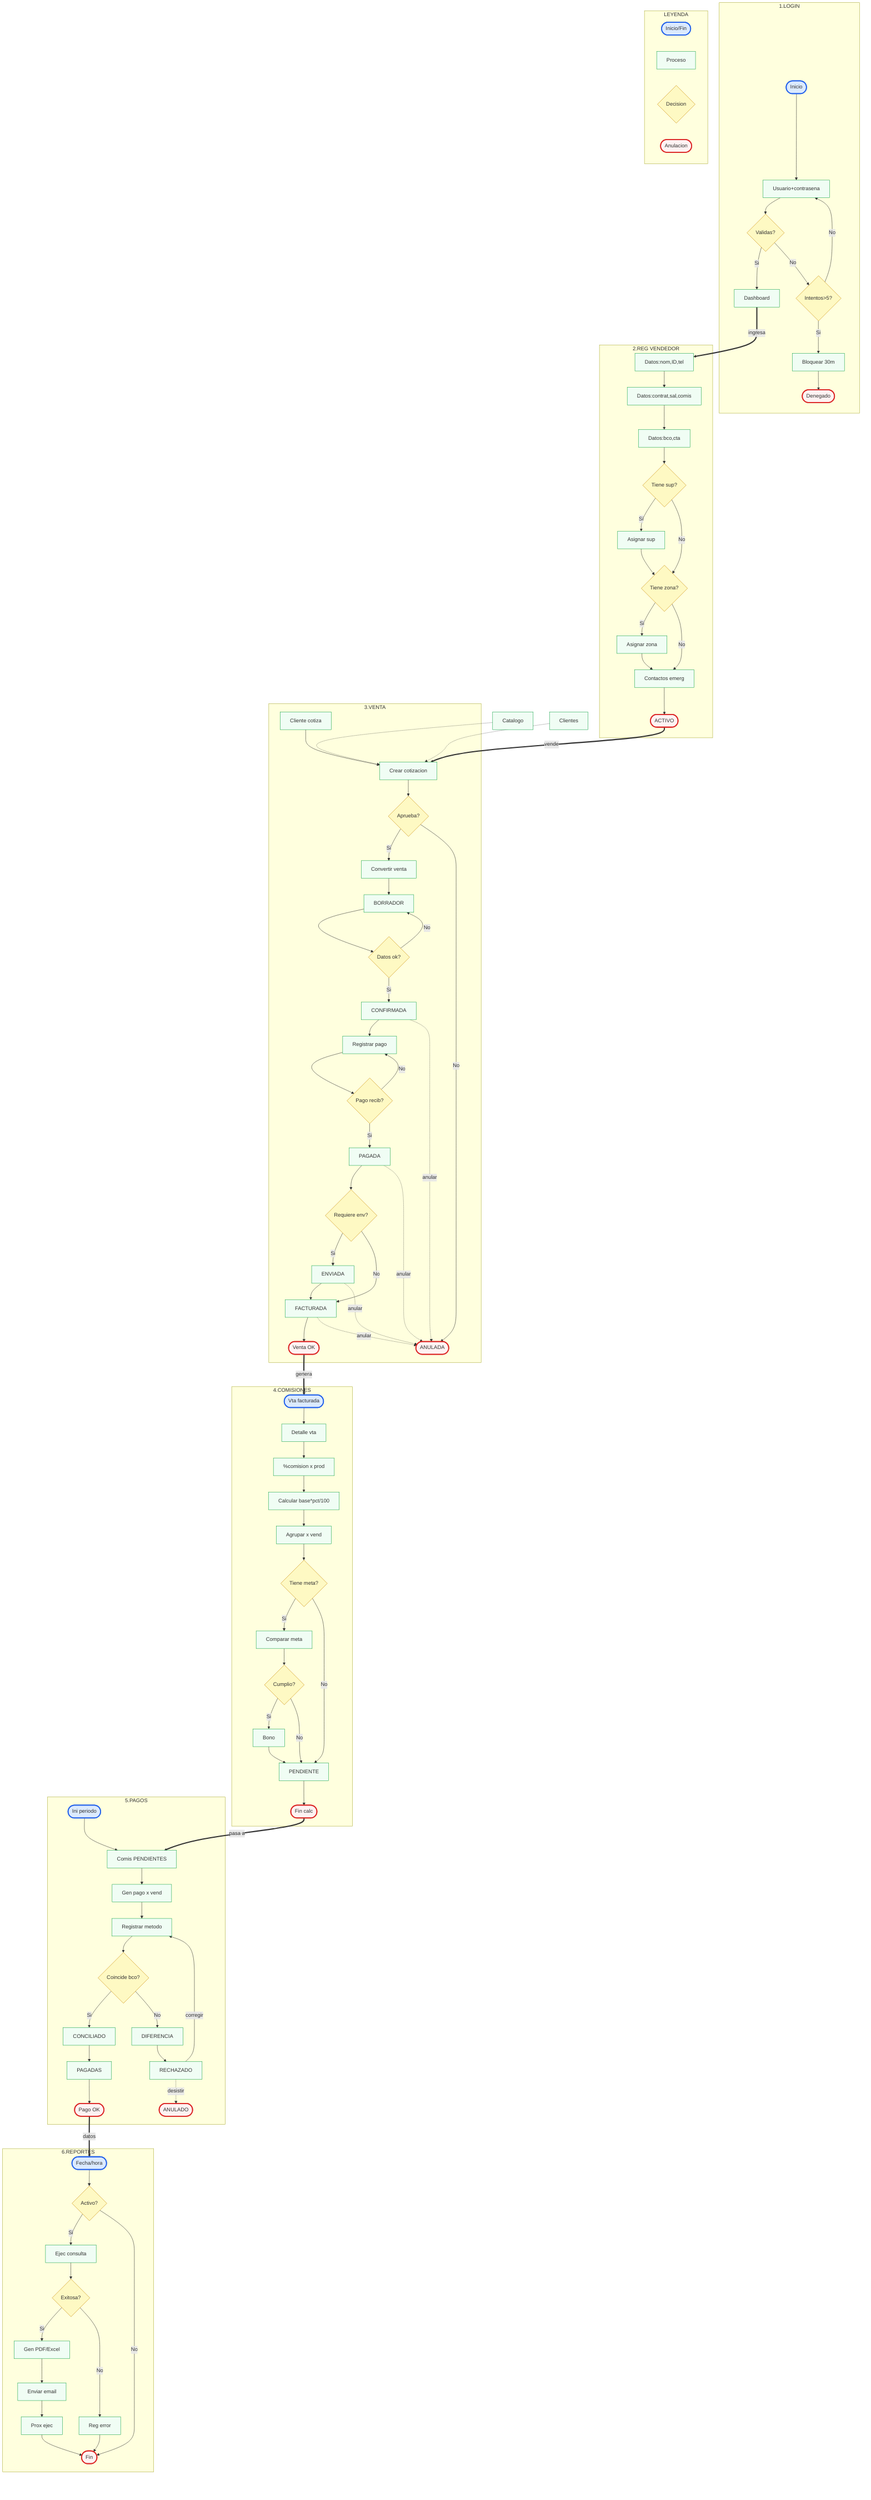
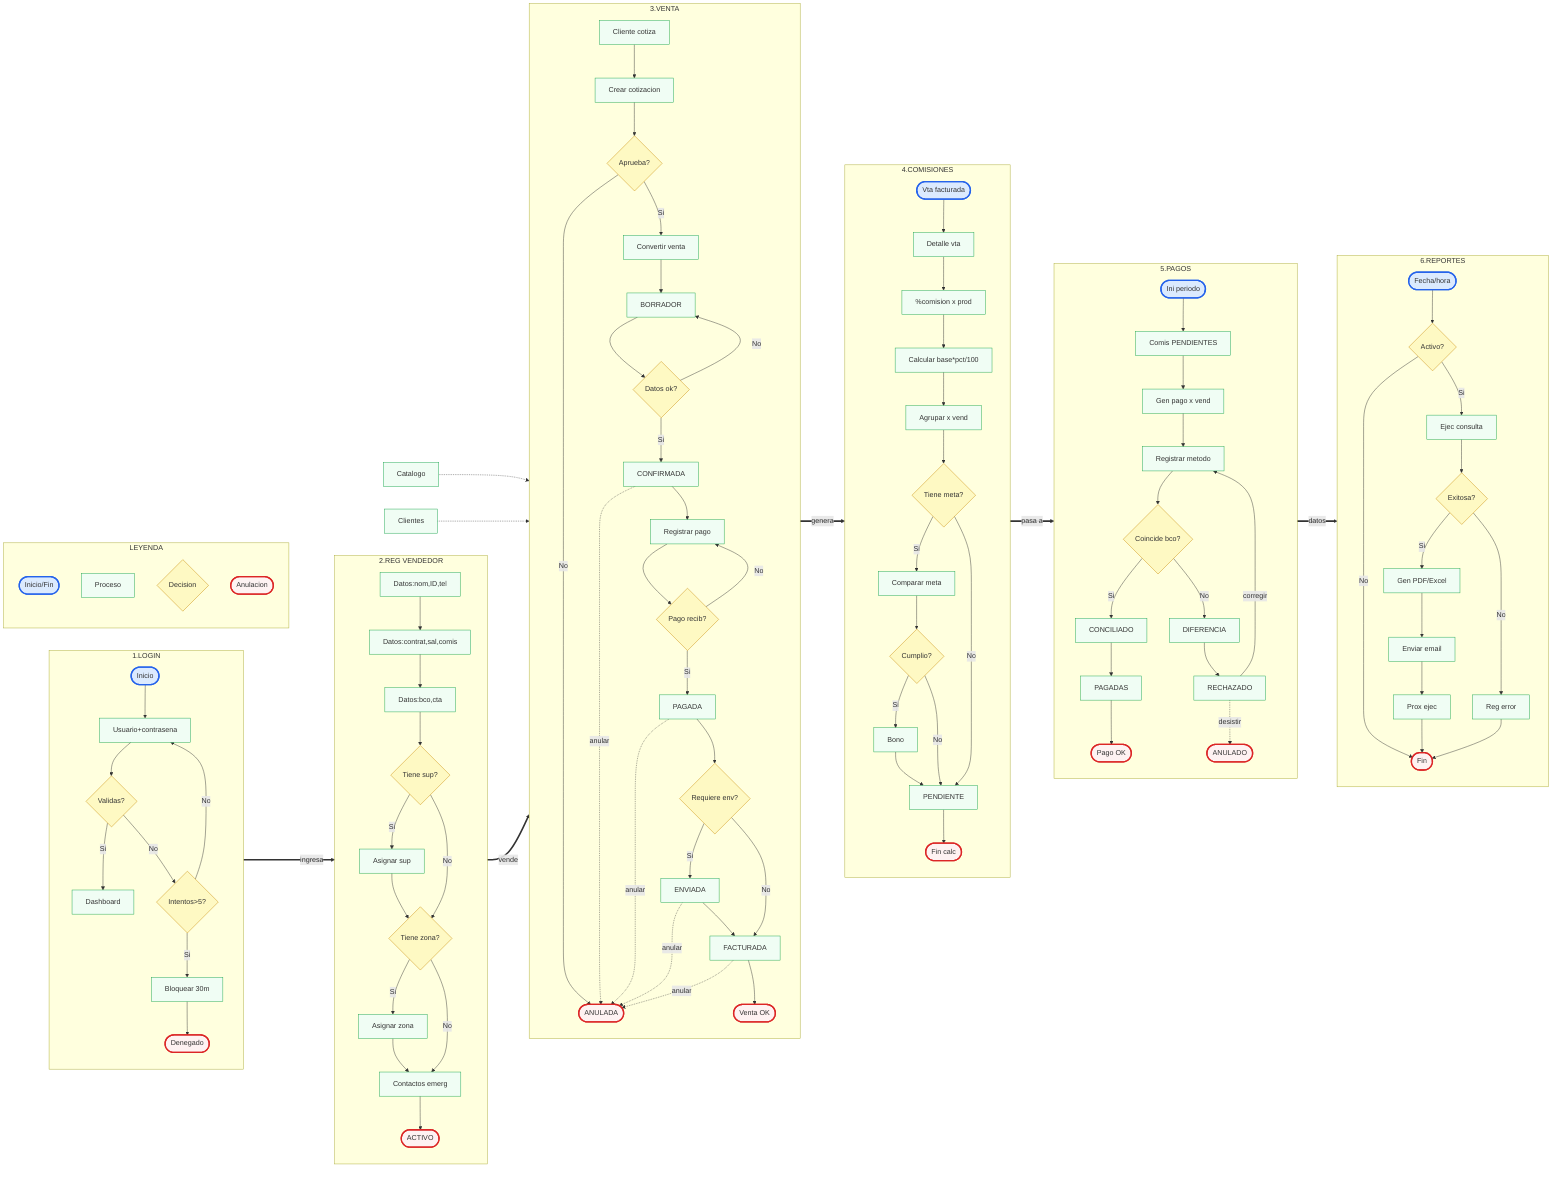
- flowchart TB
+ flowchart LR
classDef i fill:#dbeafe,stroke:#2563eb,stroke-width:3
classDef p fill:#f0fdf4,stroke:#16a34a
classDef d fill:#fef9c3,stroke:#ca8a04
classDef f fill:#fef2f2,stroke:#dc2626,stroke-width:3
subgraph A[1.LOGIN]
+ direction TB
a1([Inicio]):::i
a2[Usuario+contrasena]:::p
a3{Validas?}:::d
a4[Dashboard]:::p
a5{Intentos>5?}:::d
a6[Bloquear 30m]:::p
a7([Denegado]):::f
a1-->a2-->a3
a3-->|Si|a4
a3-->|No|a5
a5-->|Si|a6-->a7
a5-->|No|a2
end
subgraph B[2.REG VENDEDOR]
+ direction TB
b1[Datos:nom,ID,tel]:::p
b2[Datos:contrat,sal,comis]:::p
b3[Datos:bco,cta]:::p
b4{Tiene sup?}:::d
b5[Asignar sup]:::p
b6{Tiene zona?}:::d
b7[Asignar zona]:::p
b8[Contactos emerg]:::p
b9([ACTIVO]):::f
b1-->b2-->b3-->b4
b4-->|Si|b5-->b6
b4-->|No|b6
b6-->|Si|b7-->b8
b6-->|No|b8
b8-->b9
end
subgraph C[3.VENTA]
+ direction TB
c1[Cliente cotiza]:::p
c2[Crear cotizacion]:::p
c3{Aprueba?}:::d
c4[Convertir venta]:::p
c5[BORRADOR]:::p
c6{Datos ok?}:::d
c7[CONFIRMADA]:::p
c8[Registrar pago]:::p
c9{Pago recib?}:::d
c10[PAGADA]:::p
c11{Requiere env?}:::d
c12[ENVIADA]:::p
c13[FACTURADA]:::p
c14([Venta OK]):::f
c15([ANULADA]):::f
c1-->c2-->c3
c3-->|Si|c4-->c5
c3-->|No|c15
c5-->c6
c6-->|Si|c7
c6-->|No|c5
c7-->c8-->c9
c9-->|Si|c10
c9-->|No|c8
c10-->c11
c11-->|Si|c12-->c13
c11-->|No|c13
c13-->c14
c7-.->|anular|c15
c10-.->|anular|c15
c12-.->|anular|c15
c13-.->|anular|c15
end
subgraph D[4.COMISIONES]
+ direction TB
d1([Vta facturada]):::i
d2[Detalle vta]:::p
d3[%comision x prod]:::p
d4[Calcular base*pct/100]:::p
d5[Agrupar x vend]:::p
d6{Tiene meta?}:::d
d7[Comparar meta]:::p
d8{Cumplio?}:::d
d9[Bono]:::p
d10[PENDIENTE]:::p
d11([Fin calc]):::f
d1-->d2-->d3-->d4-->d5-->d6
d6-->|Si|d7-->d8
d8-->|Si|d9-->d10
d8-->|No|d10
d6-->|No|d10-->d11
end
subgraph E[5.PAGOS]
+ direction TB
e1([Ini periodo]):::i
e2[Comis PENDIENTES]:::p
e3[Gen pago x vend]:::p
e4[Registrar metodo]:::p
e5{Coincide bco?}:::d
e6[CONCILIADO]:::p
e7[PAGADAS]:::p
e8([Pago OK]):::f
e9[DIFERENCIA]:::p
e10[RECHAZADO]:::p
e12([ANULADO]):::f
e1-->e2-->e3-->e4-->e5
e5-->|Si|e6-->e7-->e8
e5-->|No|e9-->e10
e10-->|corregir|e4
e10-.->|desistir|e12
end
subgraph F[6.REPORTES]
+ direction TB
f1([Fecha/hora]):::i
f2{Activo?}:::d
f3[Ejec consulta]:::p
f4{Exitosa?}:::d
f5[Gen PDF/Excel]:::p
f6[Enviar email]:::p
f7[Prox ejec]:::p
f8([Fin]):::f
f9[Reg error]:::p
f1-->f2
f2-->|Si|f3-->f4
f2-->|No|f8
f4-->|Si|f5-->f6-->f7-->f8
f4-->|No|f9-->f8
end
a4==>|ingresa|b1
b9==>|vende|c2
c14==>|genera|d1
d11==>|pasa a|e2
e8==>|datos|f1
g1[Catalogo]:::p-.->c2
g2[Clientes]:::p-.->c2
subgraph G[LEYENDA]
h1([Inicio/Fin]):::i
h2[Proceso]:::p
h3{Decision}:::d
h4([Anulacion]):::f
end
